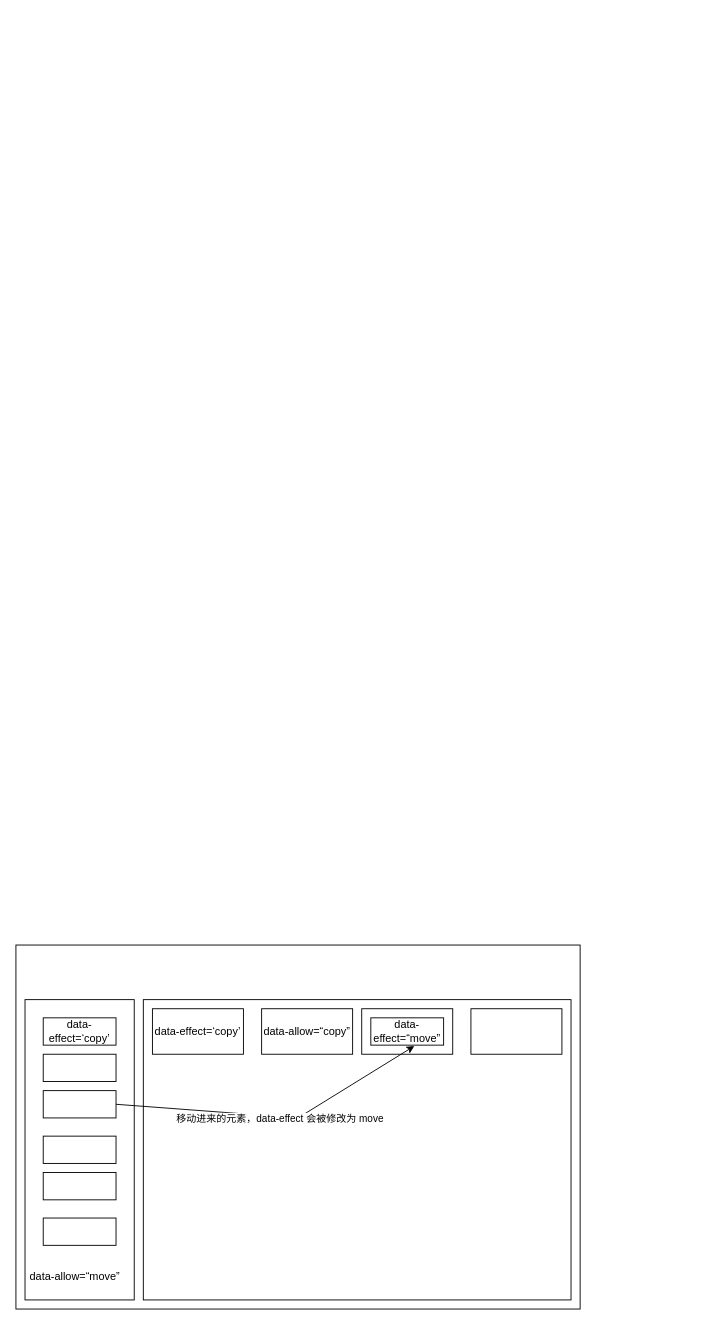
Before: 拖拽原理.drawio in 2022-Interview/draw.io, a draw.io diagram. Source tidied: cells renumbered, new cells numbered last; positions are measured from the earlier drawing's top-left corner, leaving out a move shared by most shapes. Both pictures are drawn from the tidied source at 91%, with x=0, y=0 at pixel (15, 945).
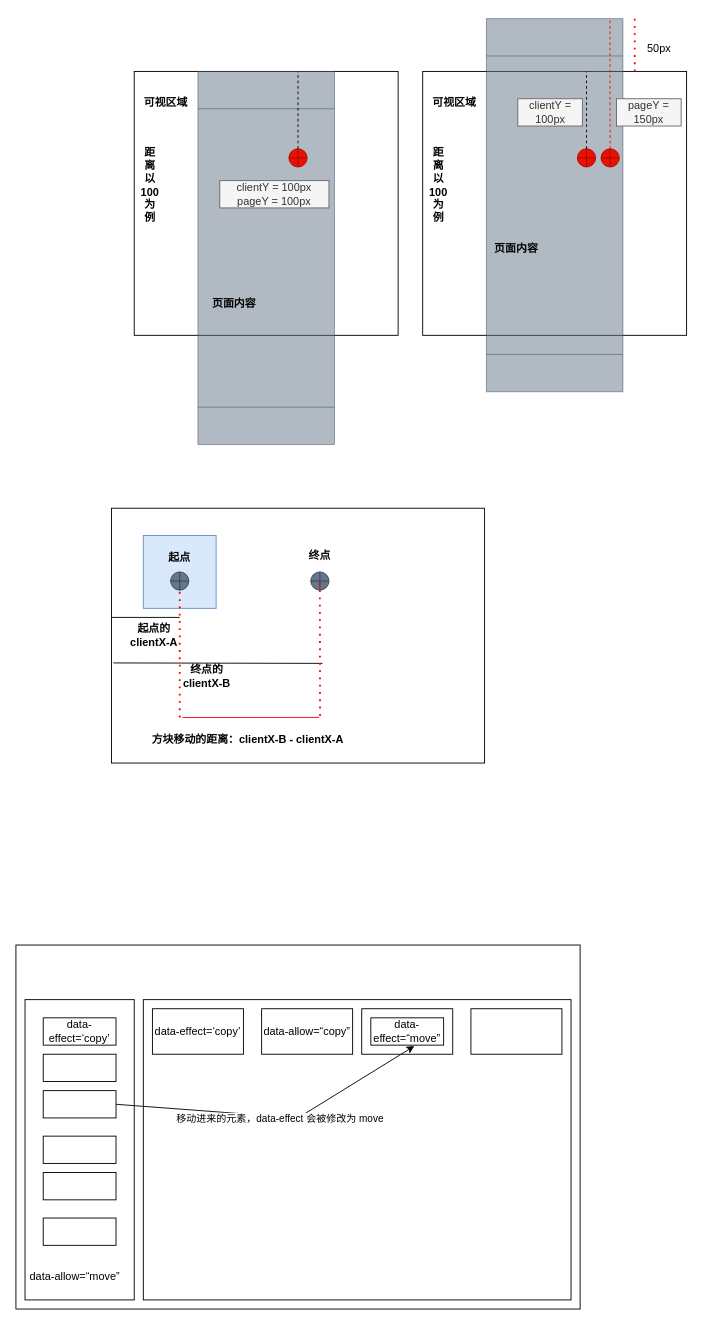
Above is the later version.

Commit message:
更新拖拽原理.drawio

What changed in the source:
```diff
@@
+    <mxCell id="19" style="rounded=0;whiteSpace=wrap;html=1;" parent="1" vertex="1">
+      <mxGeometry x="105" y="-480" width="410" height="280" as="geometry" />
+    </mxCell>
+    <mxCell id="20" style="whiteSpace=wrap;html=1;fillColor=#dae8fc;strokeColor=#6c8ebf;" parent="1" vertex="1">
+      <mxGeometry x="140" y="-450" width="80" height="80" as="geometry" />
+    </mxCell>
+    <mxCell id="21" style="shape=orEllipse;perimeter=ellipsePerimeter;whiteSpace=wrap;html=1;backgroundOutline=1;fillColor=#647687;fontColor=#ffffff;strokeColor=#314354;" parent="1" vertex="1">
+      <mxGeometry x="170" y="-410" width="20" height="20" as="geometry" />
+    </mxCell>
+    <mxCell id="22" style="shape=orEllipse;perimeter=ellipsePerimeter;whiteSpace=wrap;html=1;backgroundOutline=1;fillColor=#647687;fontColor=#ffffff;strokeColor=#314354;" parent="1" vertex="1">
+      <mxGeometry x="324" y="-410" width="20" height="20" as="geometry" />
+    </mxCell>
+    <mxCell id="23" style="endArrow=none;html=1;rounded=0;" parent="1" edge="1">
+      <mxGeometry relative="1" as="geometry">
+        <mxPoint x="105" y="-360" as="sourcePoint" />
+        <mxPoint x="180" y="-360" as="targetPoint" />
+      </mxGeometry>
+    </mxCell>
+    <mxCell id="24" style="endArrow=none;html=1;rounded=0;entryX=0.573;entryY=0.5;entryDx=0;entryDy=0;entryPerimeter=0;" parent="1" edge="1">
+      <mxGeometry relative="1" as="geometry">
+        <mxPoint x="107" y="-310" as="sourcePoint" />
+        <mxPoint x="336.9" y="-309.5" as="targetPoint" />
+      </mxGeometry>
+    </mxCell>
+    <mxCell id="25" style="endArrow=none;dashed=1;html=1;dashPattern=1 3;strokeWidth=2;rounded=0;exitX=0.183;exitY=0.821;exitDx=0;exitDy=0;exitPerimeter=0;strokeColor=#FF0000;entryX=0.5;entryY=1;entryDx=0;entryDy=0;" parent="1" edge="1" source="19" target="21">
+      <mxGeometry relative="1" as="geometry" />
+    </mxCell>
+    <mxCell id="26" style="endArrow=none;dashed=1;html=1;dashPattern=1 3;strokeWidth=2;rounded=0;entryX=0.5;entryY=1;entryDx=0;entryDy=0;exitX=0.559;exitY=0.857;exitDx=0;exitDy=0;exitPerimeter=0;strokeColor=#FF0000;" parent="1" edge="1">
+      <mxGeometry relative="1" as="geometry">
+        <mxPoint x="334.2" y="-252" as="sourcePoint" />
+        <mxPoint x="334" y="-402" as="targetPoint" />
+      </mxGeometry>
+    </mxCell>
+    <mxCell id="27" style="endArrow=none;html=1;rounded=0;entryX=0.549;entryY=0.821;entryDx=0;entryDy=0;entryPerimeter=0;strokeColor=#FF0000;" parent="1" edge="1">
+      <mxGeometry relative="1" as="geometry">
+        <mxPoint x="183" y="-250" as="sourcePoint" />
+        <mxPoint x="333.1" y="-250.1" as="targetPoint" />
+      </mxGeometry>
+    </mxCell>
+    <mxCell id="28" value="起点" style="text;html=1;align=center;verticalAlign=middle;whiteSpace=wrap;rounded=0;fontStyle=1;" parent="1" vertex="1">
+      <mxGeometry x="150" y="-440" width="60" height="30" as="geometry" />
+    </mxCell>
+    <mxCell id="29" value="终点" style="text;html=1;align=center;verticalAlign=middle;whiteSpace=wrap;rounded=0;fontStyle=1;" parent="1" vertex="1">
+      <mxGeometry x="304" y="-443" width="60" height="30" as="geometry" />
+    </mxCell>
+    <mxCell id="30" value="起点的&lt;div&gt;clientX-A&lt;/div&gt;" style="text;html=1;align=center;verticalAlign=middle;whiteSpace=wrap;rounded=0;fontStyle=1;" parent="1" vertex="1">
+      <mxGeometry x="104" y="-355" width="96" height="30" as="geometry" />
+    </mxCell>
+    <mxCell id="31" value="终点的&lt;div&gt;clientX-B&lt;/div&gt;" style="text;html=1;align=center;verticalAlign=middle;whiteSpace=wrap;rounded=0;fontStyle=1;" parent="1" vertex="1">
+      <mxGeometry x="170" y="-310" width="80" height="30" as="geometry" />
+    </mxCell>
+    <mxCell id="32" value="方块移动的距离：&lt;span style=&quot;&quot;&gt;clientX-B -&amp;nbsp;&lt;/span&gt;&lt;span style=&quot;&quot;&gt;clientX-A&lt;/span&gt;" style="text;html=1;align=center;verticalAlign=middle;whiteSpace=wrap;rounded=0;fontStyle=1;" parent="1" vertex="1">
+      <mxGeometry x="140" y="-240" width="230" height="30" as="geometry" />
+    </mxCell>
+    <mxCell id="33" style="rounded=0;whiteSpace=wrap;html=1;" parent="1" vertex="1">
+      <mxGeometry x="130" y="-960" width="290" height="290" as="geometry" />
+    </mxCell>
+    <mxCell id="34" style="shape=process;whiteSpace=wrap;html=1;backgroundOutline=1;direction=south;fillColor=#647687;fontColor=#ffffff;strokeColor=#314354;opacity=50;" parent="1" vertex="1">
+      <mxGeometry x="200" y="-960" width="150" height="410" as="geometry" />
+    </mxCell>
+    <mxCell id="35" value="可视区域" style="text;html=1;align=center;verticalAlign=middle;whiteSpace=wrap;rounded=0;fontStyle=1;" parent="1" vertex="1">
+      <mxGeometry x="135" y="-940" width="60" height="30" as="geometry" />
+    </mxCell>
+    <mxCell id="36" value="页面内容" style="text;html=1;align=center;verticalAlign=middle;whiteSpace=wrap;rounded=0;fontColor=#000000;fontStyle=1;" parent="1" vertex="1">
+      <mxGeometry x="210" y="-720" width="60" height="30" as="geometry" />
+    </mxCell>
+    <mxCell id="37" style="shape=orEllipse;perimeter=ellipsePerimeter;whiteSpace=wrap;html=1;backgroundOutline=1;fillColor=#e51400;fontColor=#ffffff;strokeColor=#B20000;" parent="1" vertex="1">
+      <mxGeometry x="300" y="-875" width="20" height="20" as="geometry" />
+    </mxCell>
+    <mxCell id="38" value="距离以100为例" style="text;html=1;align=center;verticalAlign=middle;whiteSpace=wrap;rounded=0;fontStyle=1;" parent="1" vertex="1">
+      <mxGeometry x="135" y="-850" width="25" height="30" as="geometry" />
+    </mxCell>
+    <mxCell id="39" style="endArrow=none;dashed=1;html=1;rounded=0;exitX=0.5;exitY=0;exitDx=0;exitDy=0;" parent="1" edge="1" source="37">
+      <mxGeometry relative="1" as="geometry">
+        <mxPoint x="310" y="-960" as="targetPoint" />
+      </mxGeometry>
+    </mxCell>
+    <mxCell id="40" value="&lt;div&gt;clientY = 100px&lt;/div&gt;&lt;div&gt;pageY = 100px&lt;br&gt;&lt;/div&gt;" style="text;html=1;align=center;verticalAlign=middle;whiteSpace=wrap;rounded=0;fillColor=#f5f5f5;fontColor=#333333;strokeColor=#666666;" parent="1" vertex="1">
+      <mxGeometry x="224" y="-840" width="120" height="30" as="geometry" />
+    </mxCell>
+    <mxCell id="41" style="rounded=0;whiteSpace=wrap;html=1;" parent="1" vertex="1">
+      <mxGeometry x="447" y="-960" width="290" height="290" as="geometry" />
+    </mxCell>
+    <mxCell id="42" style="shape=process;whiteSpace=wrap;html=1;backgroundOutline=1;direction=south;fillColor=#647687;fontColor=#ffffff;strokeColor=#314354;opacity=50;" parent="1" vertex="1">
+      <mxGeometry x="517" y="-1018" width="150" height="410" as="geometry" />
+    </mxCell>
+    <mxCell id="43" value="可视区域" style="text;html=1;align=center;verticalAlign=middle;whiteSpace=wrap;rounded=0;fontStyle=1;" parent="1" vertex="1">
+      <mxGeometry x="452" y="-940" width="60" height="30" as="geometry" />
+    </mxCell>
+    <mxCell id="44" value="页面内容" style="text;html=1;align=center;verticalAlign=middle;whiteSpace=wrap;rounded=0;fontColor=#000000;fontStyle=1;" parent="1" vertex="1">
+      <mxGeometry x="520" y="-780" width="60" height="30" as="geometry" />
+    </mxCell>
+    <mxCell id="45" style="shape=orEllipse;perimeter=ellipsePerimeter;whiteSpace=wrap;html=1;backgroundOutline=1;fillColor=#e51400;fontColor=#ffffff;strokeColor=#B20000;" parent="1" vertex="1">
+      <mxGeometry x="617" y="-875" width="20" height="20" as="geometry" />
+    </mxCell>
+    <mxCell id="46" value="距离以100为例" style="text;html=1;align=center;verticalAlign=middle;whiteSpace=wrap;rounded=0;fontStyle=1;" parent="1" vertex="1">
+      <mxGeometry x="452" y="-850" width="25" height="30" as="geometry" />
+    </mxCell>
+    <mxCell id="47" style="endArrow=none;dashed=1;html=1;rounded=0;exitX=0.5;exitY=0;exitDx=0;exitDy=0;" parent="1" edge="1" source="45">
+      <mxGeometry relative="1" as="geometry">
+        <mxPoint x="627" y="-960" as="targetPoint" />
+      </mxGeometry>
+    </mxCell>
+    <mxCell id="48" value="&lt;div&gt;&lt;span style=&quot;background-color: transparent; color: light-dark(rgb(51, 51, 51), rgb(193, 193, 193));&quot;&gt;pageY = 150px&lt;/span&gt;&lt;br&gt;&lt;/div&gt;" style="text;html=1;align=center;verticalAlign=middle;whiteSpace=wrap;rounded=0;fillColor=#f5f5f5;fontColor=#333333;strokeColor=#666666;" parent="1" vertex="1">
+      <mxGeometry x="660" y="-930" width="71" height="30" as="geometry" />
+    </mxCell>
+    <mxCell id="49" style="endArrow=none;dashed=1;html=1;dashPattern=1 3;strokeWidth=2;rounded=0;strokeColor=#FF0000;" parent="1" edge="1">
+      <mxGeometry relative="1" as="geometry">
+        <mxPoint x="680" y="-960" as="sourcePoint" />
+        <mxPoint x="680" y="-1020" as="targetPoint" />
+      </mxGeometry>
+    </mxCell>
+    <mxCell id="50" value="50px" style="text;html=1;align=center;verticalAlign=middle;whiteSpace=wrap;rounded=0;" parent="1" vertex="1">
+      <mxGeometry x="677" y="-1000" width="60" height="30" as="geometry" />
+    </mxCell>
+    <mxCell id="51" style="shape=orEllipse;perimeter=ellipsePerimeter;whiteSpace=wrap;html=1;backgroundOutline=1;fillColor=#e51400;fontColor=#ffffff;strokeColor=#B20000;" parent="1" vertex="1">
+      <mxGeometry x="643" y="-875" width="20" height="20" as="geometry" />
+    </mxCell>
+    <mxCell id="52" style="endArrow=none;dashed=1;html=1;rounded=0;exitX=0.5;exitY=0;exitDx=0;exitDy=0;entryX=-0.003;entryY=0.095;entryDx=0;entryDy=0;entryPerimeter=0;strokeColor=#FF0000;" parent="1" edge="1" source="51" target="42">
+      <mxGeometry relative="1" as="geometry" />
+    </mxCell>
+    <mxCell id="53" value="&lt;div&gt;clientY = 100px&lt;br&gt;&lt;/div&gt;" style="text;html=1;align=center;verticalAlign=middle;whiteSpace=wrap;rounded=0;fillColor=#f5f5f5;fontColor=#333333;strokeColor=#666666;" parent="1" vertex="1">
+      <mxGeometry x="551.5" y="-930" width="71" height="30" as="geometry" />
+    </mxCell>
```
